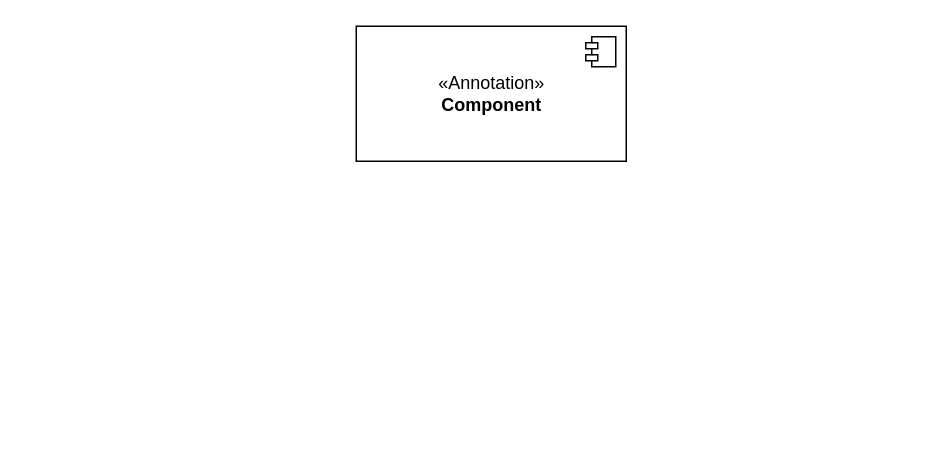
This is uml_com_red_adm.drawio from info-marceloramirez/architecture_diagrams, a draw.io file, before an edit. Source tidied: cells renumbered, new cells numbered last; positions are measured from the earlier drawing's top-left corner, leaving out a move shared by most shapes. Both pictures are drawn from the tidied source at 150%, with x=0, y=0 at pixel (356, 26).
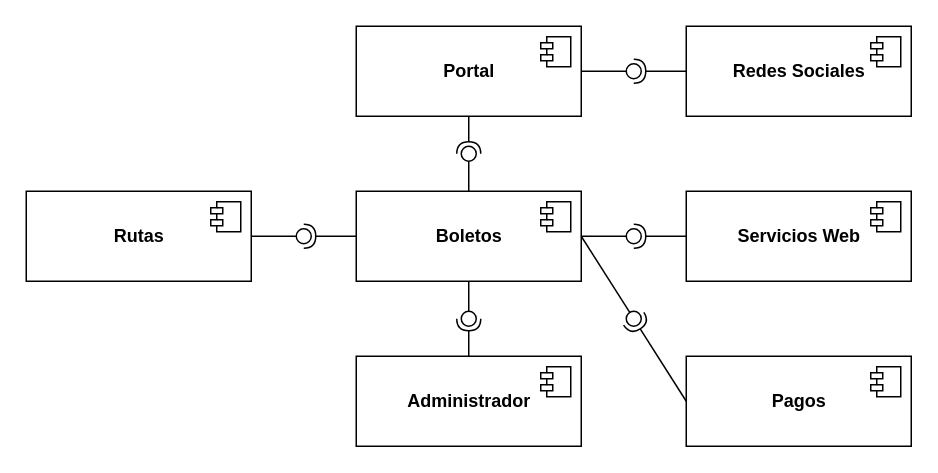
Above is the later version.

Change to the diagram source:
```diff
@@
-    <mxCell id="2" value="&amp;laquo;Annotation&amp;raquo;&lt;br/&gt;&lt;b&gt;Component&lt;/b&gt;" style="html=1;" parent="1" vertex="1">
-      <mxGeometry width="180" height="90" as="geometry" />
+    <mxCell id="2" value="&lt;b&gt;Portal&lt;/b&gt;" style="html=1;" parent="1" vertex="1">
+      <mxGeometry width="150" height="60" as="geometry" />
     </mxCell>
@@
+    <mxCell id="4" value="&lt;b&gt;Boletos&lt;/b&gt;" style="html=1;" parent="1" vertex="1">
+      <mxGeometry y="110" width="150" height="60" as="geometry" />
+    </mxCell>
+    <mxCell id="5" style="shape=module;jettyWidth=8;jettyHeight=4;" parent="4" vertex="1">
+      <mxGeometry x="1" width="20" height="20" relative="1" as="geometry">
+        <mxPoint x="-27" y="7" as="offset" />
+      </mxGeometry>
+    </mxCell>
+    <mxCell id="6" value="&lt;b&gt;Rutas&lt;/b&gt;" style="html=1;" parent="1" vertex="1">
+      <mxGeometry x="-220" y="110" width="150" height="60" as="geometry" />
+    </mxCell>
+    <mxCell id="7" style="shape=module;jettyWidth=8;jettyHeight=4;" parent="6" vertex="1">
+      <mxGeometry x="1" width="20" height="20" relative="1" as="geometry">
+        <mxPoint x="-27" y="7" as="offset" />
+      </mxGeometry>
+    </mxCell>
+    <mxCell id="8" value="&lt;b&gt;Servicios Web&lt;/b&gt;" style="html=1;" parent="1" vertex="1">
+      <mxGeometry x="220" y="110" width="150" height="60" as="geometry" />
+    </mxCell>
+    <mxCell id="9" style="shape=module;jettyWidth=8;jettyHeight=4;" parent="8" vertex="1">
+      <mxGeometry x="1" width="20" height="20" relative="1" as="geometry">
+        <mxPoint x="-27" y="7" as="offset" />
+      </mxGeometry>
+    </mxCell>
+    <mxCell id="10" value="&lt;b&gt;Redes Sociales&lt;/b&gt;" style="html=1;" parent="1" vertex="1">
+      <mxGeometry x="220" width="150" height="60" as="geometry" />
+    </mxCell>
+    <mxCell id="11" style="shape=module;jettyWidth=8;jettyHeight=4;" parent="10" vertex="1">
+      <mxGeometry x="1" width="20" height="20" relative="1" as="geometry">
+        <mxPoint x="-27" y="7" as="offset" />
+      </mxGeometry>
+    </mxCell>
+    <mxCell id="12" value="&lt;b&gt;Pagos&lt;/b&gt;" style="html=1;" parent="1" vertex="1">
+      <mxGeometry x="220" y="220" width="150" height="60" as="geometry" />
+    </mxCell>
+    <mxCell id="13" style="shape=module;jettyWidth=8;jettyHeight=4;" parent="12" vertex="1">
+      <mxGeometry x="1" width="20" height="20" relative="1" as="geometry">
+        <mxPoint x="-27" y="7" as="offset" />
+      </mxGeometry>
+    </mxCell>
+    <mxCell id="14" value="&lt;b&gt;Administrador&lt;/b&gt;" style="html=1;" parent="1" vertex="1">
+      <mxGeometry y="220" width="150" height="60" as="geometry" />
+    </mxCell>
+    <mxCell id="15" style="shape=module;jettyWidth=8;jettyHeight=4;" parent="14" vertex="1">
+      <mxGeometry x="1" width="20" height="20" relative="1" as="geometry">
+        <mxPoint x="-27" y="7" as="offset" />
+      </mxGeometry>
+    </mxCell>
+    <mxCell id="16" style="rounded=0;jettySize=auto;html=1;endArrow=none;endFill=0;sketch=0;sourcePerimeterSpacing=0;targetPerimeterSpacing=0;exitX=0.5;exitY=0;exitDx=0;exitDy=0;" parent="1" edge="1" source="4" target="18">
+      <mxGeometry relative="1" as="geometry" />
+    </mxCell>
+    <mxCell id="17" style="rounded=0;jettySize=auto;html=1;endArrow=halfCircle;endFill=0;entryX=0.5;entryY=0.5;endSize=6;strokeWidth=1;sketch=0;exitX=0.5;exitY=1;exitDx=0;exitDy=0;" parent="1" edge="1" source="2" target="18">
+      <mxGeometry relative="1" as="geometry" />
+    </mxCell>
+    <mxCell id="18" style="ellipse;whiteSpace=wrap;html=1;align=center;points=[];outlineConnect=0;sketch=0;" parent="1" vertex="1">
+      <mxGeometry x="70" y="80" width="10" height="10" as="geometry" />
+    </mxCell>
+    <mxCell id="19" style="rounded=0;jettySize=auto;html=1;endArrow=none;endFill=0;sketch=0;sourcePerimeterSpacing=0;targetPerimeterSpacing=0;exitX=1;exitY=0.5;exitDx=0;exitDy=0;" parent="1" edge="1" source="6" target="21">
+      <mxGeometry relative="1" as="geometry" />
+    </mxCell>
+    <mxCell id="20" style="rounded=0;jettySize=auto;html=1;endArrow=halfCircle;endFill=0;entryX=0.5;entryY=0.5;endSize=6;strokeWidth=1;sketch=0;exitX=0;exitY=0.5;exitDx=0;exitDy=0;" parent="1" edge="1" source="4" target="21">
+      <mxGeometry relative="1" as="geometry" />
+    </mxCell>
+    <mxCell id="21" style="ellipse;whiteSpace=wrap;html=1;align=center;points=[];outlineConnect=0;sketch=0;" parent="1" vertex="1">
+      <mxGeometry x="-40" y="135" width="10" height="10" as="geometry" />
+    </mxCell>
+    <mxCell id="22" style="rounded=0;jettySize=auto;html=1;endArrow=none;endFill=0;sketch=0;sourcePerimeterSpacing=0;targetPerimeterSpacing=0;exitX=1;exitY=0.5;exitDx=0;exitDy=0;" parent="1" edge="1" source="4" target="24">
+      <mxGeometry relative="1" as="geometry" />
+    </mxCell>
+    <mxCell id="23" style="rounded=0;jettySize=auto;html=1;endArrow=halfCircle;endFill=0;entryX=0.5;entryY=0.5;endSize=6;strokeWidth=1;sketch=0;exitX=0;exitY=0.5;exitDx=0;exitDy=0;" parent="1" edge="1" source="8" target="24">
+      <mxGeometry relative="1" as="geometry" />
+    </mxCell>
+    <mxCell id="24" style="ellipse;whiteSpace=wrap;html=1;align=center;points=[];outlineConnect=0;sketch=0;" parent="1" vertex="1">
+      <mxGeometry x="180" y="135" width="10" height="10" as="geometry" />
+    </mxCell>
+    <mxCell id="25" style="rounded=0;jettySize=auto;html=1;endArrow=none;endFill=0;sketch=0;sourcePerimeterSpacing=0;targetPerimeterSpacing=0;exitX=1;exitY=0.5;exitDx=0;exitDy=0;" parent="1" edge="1" source="2" target="27">
+      <mxGeometry relative="1" as="geometry" />
+    </mxCell>
+    <mxCell id="26" style="rounded=0;jettySize=auto;html=1;endArrow=halfCircle;endFill=0;entryX=0.5;entryY=0.5;endSize=6;strokeWidth=1;sketch=0;exitX=0;exitY=0.5;exitDx=0;exitDy=0;" parent="1" edge="1" source="10" target="27">
+      <mxGeometry relative="1" as="geometry" />
+    </mxCell>
+    <mxCell id="27" style="ellipse;whiteSpace=wrap;html=1;align=center;points=[];outlineConnect=0;sketch=0;" parent="1" vertex="1">
+      <mxGeometry x="180" y="25" width="10" height="10" as="geometry" />
+    </mxCell>
+    <mxCell id="28" style="rounded=0;jettySize=auto;html=1;endArrow=none;endFill=0;sketch=0;sourcePerimeterSpacing=0;targetPerimeterSpacing=0;exitX=1;exitY=0.5;exitDx=0;exitDy=0;" parent="1" edge="1" source="4" target="30">
+      <mxGeometry relative="1" as="geometry" />
+    </mxCell>
+    <mxCell id="29" style="rounded=0;jettySize=auto;html=1;endArrow=halfCircle;endFill=0;entryX=0.5;entryY=0.5;endSize=6;strokeWidth=1;sketch=0;exitX=0;exitY=0.5;exitDx=0;exitDy=0;" parent="1" edge="1" source="12" target="30">
+      <mxGeometry relative="1" as="geometry" />
+    </mxCell>
+    <mxCell id="30" style="ellipse;whiteSpace=wrap;html=1;align=center;points=[];outlineConnect=0;sketch=0;" parent="1" vertex="1">
+      <mxGeometry x="180" y="190" width="10" height="10" as="geometry" />
+    </mxCell>
+    <mxCell id="31" style="rounded=0;jettySize=auto;html=1;endArrow=none;endFill=0;sketch=0;sourcePerimeterSpacing=0;targetPerimeterSpacing=0;exitX=0.5;exitY=1;exitDx=0;exitDy=0;" parent="1" edge="1" source="4" target="33">
+      <mxGeometry relative="1" as="geometry" />
+    </mxCell>
+    <mxCell id="32" style="rounded=0;jettySize=auto;html=1;endArrow=halfCircle;endFill=0;entryX=0.5;entryY=0.5;endSize=6;strokeWidth=1;sketch=0;exitX=0.5;exitY=0;exitDx=0;exitDy=0;" parent="1" edge="1" source="14" target="33">
+      <mxGeometry relative="1" as="geometry" />
+    </mxCell>
+    <mxCell id="33" style="ellipse;whiteSpace=wrap;html=1;align=center;points=[];outlineConnect=0;sketch=0;" parent="1" vertex="1">
+      <mxGeometry x="70" y="190" width="10" height="10" as="geometry" />
+    </mxCell>
```
